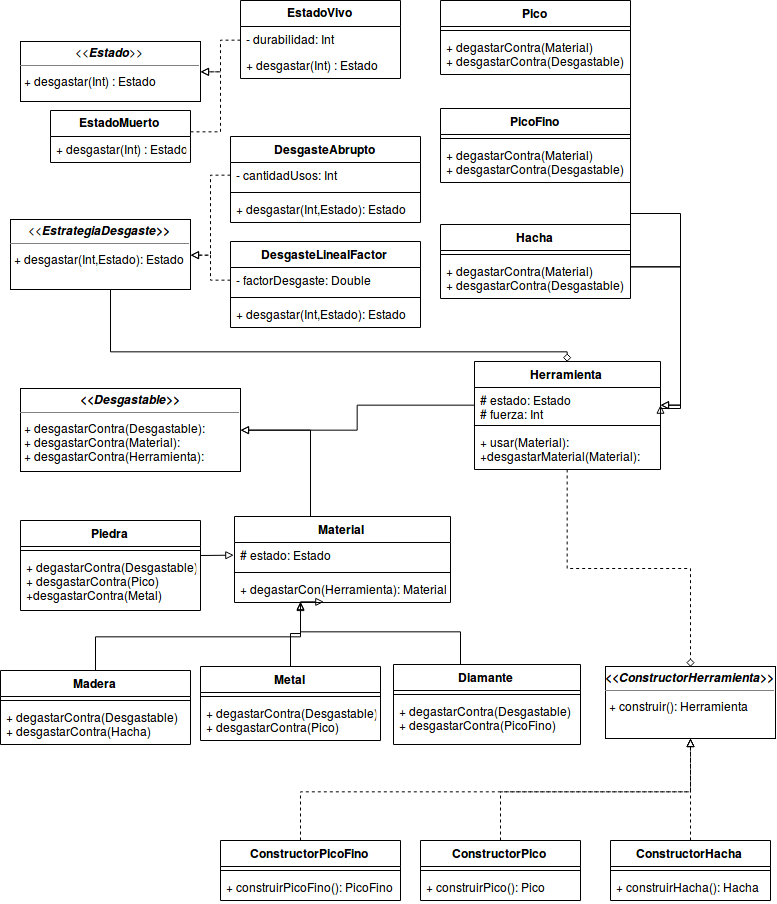
Before: Diagramas UML/diagrama_clases_entrega2.1.png, a diagram exported from draw.io (martinaAgata/AlgoCraft). Source tidied: cells renumbered, new cells last; positions are measured from the earlier drawing's top-left corner, leaving out a move shared by most shapes.
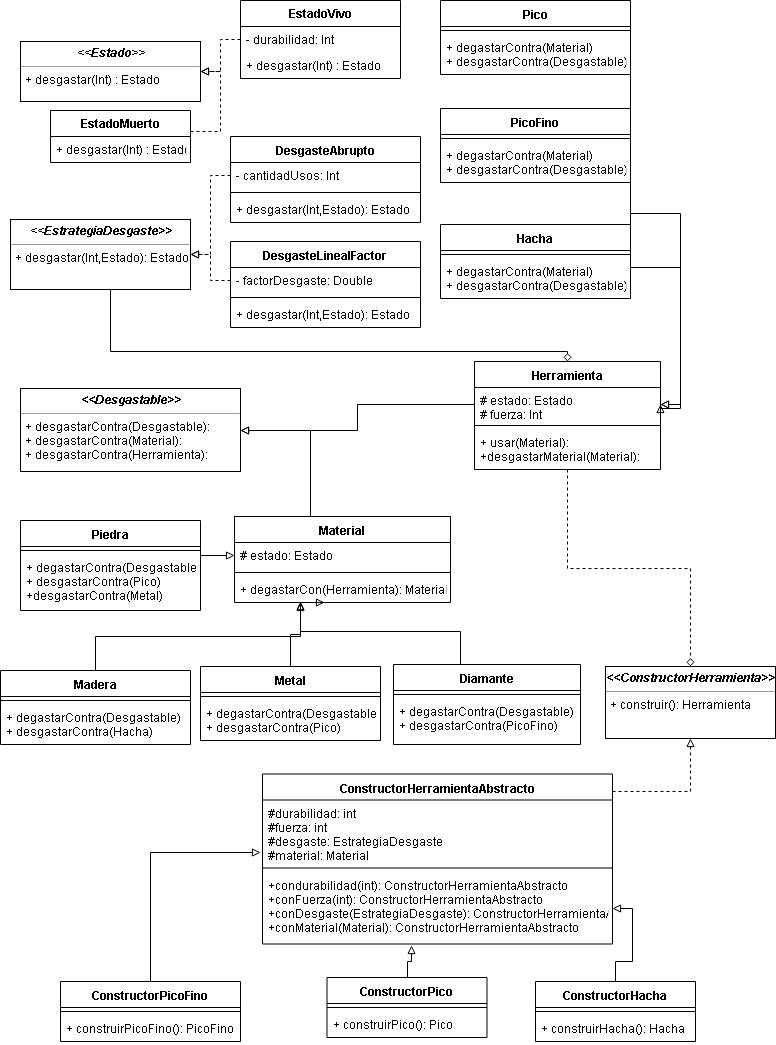
Above is the later version.

What changed in the source:
```diff
@@ -2,10 +2,9 @@
   <root>
     <mxCell id="0" />
     <mxCell id="1" parent="0" />
-    <mxCell id="2" style="edgeStyle=orthogonalEdgeStyle;rounded=0;jettySize=auto;html=1;entryX=0.5;entryY=1;entryDx=0;entryDy=0;endArrow=block;endFill=0;dashed=1;" parent="1" edge="1" source="47" target="46">
+    <mxCell id="2" style="edgeStyle=orthogonalEdgeStyle;rounded=0;jettySize=auto;html=1;entryX=0.5;entryY=1;entryDx=0;entryDy=0;endArrow=block;endFill=0;dashed=1;" parent="1" edge="1" source="75" target="46">
       <mxGeometry relative="1" as="geometry">
         <Array as="points">
-          <mxPoint x="300" y="791" />
           <mxPoint x="690" y="791" />
         </Array>
       </mxGeometry>
@@ -170,7 +169,7 @@
       <mxGeometry x="605" y="666" width="170" height="72" as="geometry" />
     </mxCell>
     <mxCell id="47" value="ConstructorPicoFino" style="swimlane;fontStyle=1;align=center;verticalAlign=top;horizontal=1;startSize=26;" parent="1" vertex="1">
-      <mxGeometry x="220" y="840" width="180" height="60" as="geometry" />
+      <mxGeometry x="60" y="981" width="180" height="60" as="geometry" />
     </mxCell>
     <mxCell id="48" style="line;strokeWidth=1;fillColor=none;align=left;verticalAlign=middle;spacingTop=-1;spacingLeft=3;spacingRight=3;labelPosition=right;" parent="47" vertex="1">
       <mxGeometry y="26" width="180" height="8" as="geometry" />
@@ -178,11 +177,11 @@
     <mxCell id="49" value="+ construirPicoFino(): PicoFino" style="text;strokeColor=none;fillColor=none;align=left;verticalAlign=top;spacingLeft=4;spacingRight=4;overflow=hidden;" parent="47" vertex="1">
       <mxGeometry y="34" width="180" height="26" as="geometry" />
     </mxCell>
-    <mxCell id="50" style="edgeStyle=orthogonalEdgeStyle;rounded=0;jettySize=auto;html=1;entryX=0.5;entryY=1;entryDx=0;entryDy=0;dashed=1;endArrow=block;endFill=0;" parent="1" edge="1" source="51" target="46">
+    <mxCell id="50" style="edgeStyle=orthogonalEdgeStyle;rounded=0;jettySize=auto;html=1;endArrow=block;endFill=0;" parent="1" edge="1" source="51" target="78">
       <mxGeometry relative="1" as="geometry" />
     </mxCell>
     <mxCell id="51" value="ConstructorHacha" style="swimlane;fontStyle=1;align=center;verticalAlign=top;horizontal=1;startSize=26;" parent="1" vertex="1">
-      <mxGeometry x="610" y="840" width="160" height="60" as="geometry" />
+      <mxGeometry x="535" y="981" width="160" height="60" as="geometry" />
     </mxCell>
     <mxCell id="52" style="line;strokeWidth=1;fillColor=none;align=left;verticalAlign=middle;spacingTop=-1;spacingLeft=3;spacingRight=3;labelPosition=right;" parent="51" vertex="1">
       <mxGeometry y="26" width="160" height="8" as="geometry" />
@@ -190,16 +189,16 @@
     <mxCell id="53" value="+ construirHacha(): Hacha" style="text;strokeColor=none;fillColor=none;align=left;verticalAlign=top;spacingLeft=4;spacingRight=4;overflow=hidden;" parent="51" vertex="1">
       <mxGeometry y="34" width="160" height="26" as="geometry" />
     </mxCell>
-    <mxCell id="54" style="edgeStyle=orthogonalEdgeStyle;rounded=0;jettySize=auto;html=1;entryX=0.5;entryY=1;entryDx=0;entryDy=0;endArrow=block;endFill=0;dashed=1;" parent="1" edge="1" source="55" target="46">
+    <mxCell id="54" style="edgeStyle=orthogonalEdgeStyle;rounded=0;jettySize=auto;html=1;entryX=0.426;entryY=1.021;entryDx=0;entryDy=0;endArrow=block;endFill=0;entryPerimeter=0;" parent="1" edge="1" source="55" target="78">
       <mxGeometry relative="1" as="geometry">
         <Array as="points">
-          <mxPoint x="500" y="791" />
-          <mxPoint x="690" y="791" />
+          <mxPoint x="407" y="961" />
+          <mxPoint x="411" y="961" />
         </Array>
       </mxGeometry>
     </mxCell>
     <mxCell id="55" value="ConstructorPico" style="swimlane;fontStyle=1;align=center;verticalAlign=top;horizontal=1;startSize=26;" parent="1" vertex="1">
-      <mxGeometry x="420" y="840" width="160" height="60" as="geometry" />
+      <mxGeometry x="326.5" y="977" width="160" height="60" as="geometry" />
     </mxCell>
     <mxCell id="56" style="line;strokeWidth=1;fillColor=none;align=left;verticalAlign=middle;spacingTop=-1;spacingLeft=3;spacingRight=3;labelPosition=right;" parent="55" vertex="1">
       <mxGeometry y="26" width="160" height="8" as="geometry" />
@@ -274,5 +273,24 @@
     <mxCell id="74" style="edgeStyle=orthogonalEdgeStyle;rounded=0;jettySize=auto;html=1;entryX=1;entryY=0.5;entryDx=0;entryDy=0;endArrow=block;endFill=0;" parent="1" edge="1" source="23" target="6">
       <mxGeometry relative="1" as="geometry" />
     </mxCell>
+    <mxCell id="75" value="ConstructorHerramientaAbstracto" style="swimlane;fontStyle=1;align=center;verticalAlign=top;horizontal=1;startSize=26;" parent="1" vertex="1">
+      <mxGeometry x="262" y="773.5" width="350" height="170" as="geometry" />
+    </mxCell>
+    <mxCell id="76" value="#durabilidad: int&#10;#fuerza: int&#10;#desgaste: EstrategiaDesgaste&#10;#material: Material&#10;" style="text;strokeColor=none;fillColor=none;align=left;verticalAlign=top;spacingLeft=4;spacingRight=4;overflow=hidden;points=[[0,0.5],[1,0.5]];portConstraint=eastwest;" parent="75" vertex="1">
+      <mxGeometry y="26" width="350" height="64" as="geometry" />
+    </mxCell>
+    <mxCell id="77" style="line;strokeWidth=1;fillColor=none;align=left;verticalAlign=middle;spacingTop=-1;spacingLeft=3;spacingRight=3;labelPosition=right;" parent="75" vertex="1">
+      <mxGeometry y="90" width="350" height="8" as="geometry" />
+    </mxCell>
+    <mxCell id="78" value="+condurabilidad(int): ConstructorHerramientaAbstracto&#10;+conFuerza(int): ConstructorHerramientaAbstracto&#10;+conDesgaste(EstrategiaDesgaste): ConstructorHerramientaAbstracto&#10;+conMaterial(Material): ConstructorHerramientaAbstracto" style="text;strokeColor=none;fillColor=none;align=left;verticalAlign=top;spacingLeft=4;spacingRight=4;overflow=hidden;points=[[0,0.5],[1,0.5]];portConstraint=eastwest;" parent="75" vertex="1">
+      <mxGeometry y="98" width="350" height="72" as="geometry" />
+    </mxCell>
+    <mxCell id="79" style="edgeStyle=orthogonalEdgeStyle;rounded=0;jettySize=auto;html=1;entryX=-0.006;entryY=0.82;entryDx=0;entryDy=0;endArrow=block;endFill=0;entryPerimeter=0;" parent="1" edge="1" source="47" target="76">
+      <mxGeometry relative="1" as="geometry">
+        <Array as="points">
+          <mxPoint x="150" y="852" />
+        </Array>
+      </mxGeometry>
+    </mxCell>
   </root>
 </mxGraphModel>
```
